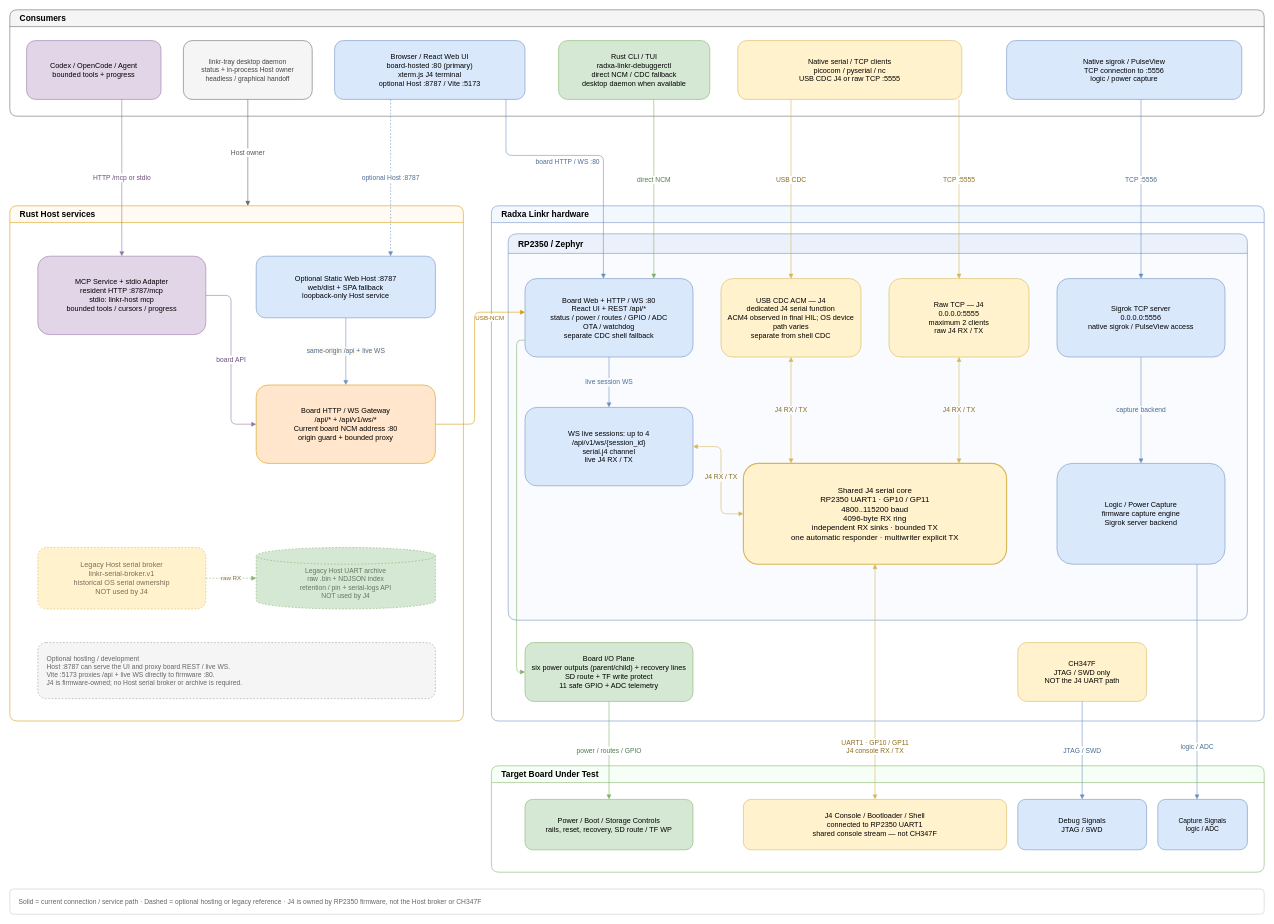
Above: docs/assets/architecture/current-system-architecture.drawio in xzl01/agent-debugboard (draw.io), before the change. Source tidied: cells renumbered, new cells numbered last; positions are measured from the earlier drawing's top-left corner, leaving out a move shared by most shapes. Both pictures are drawn from the tidied source at 56%, with x=0, y=0 at pixel (10, 10).
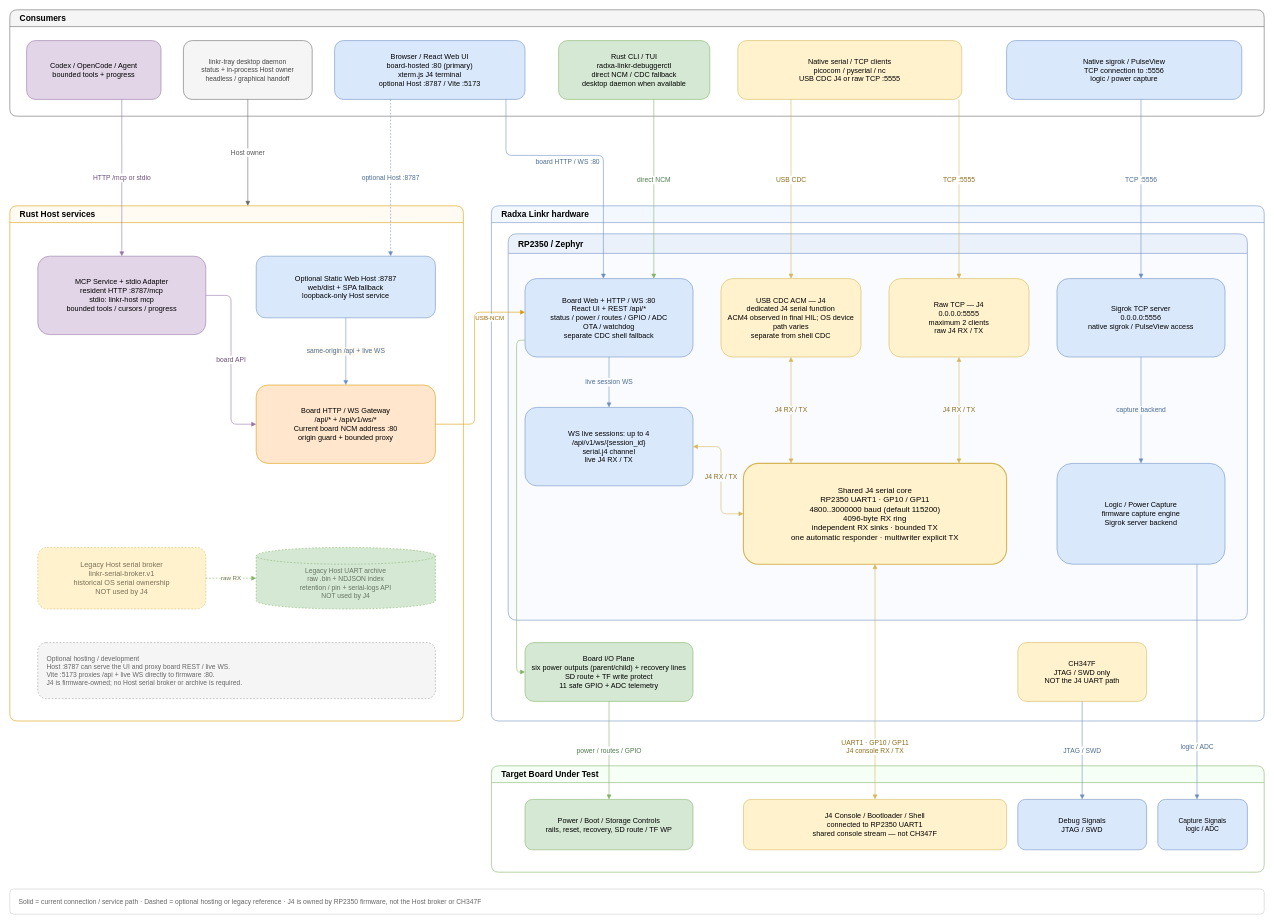
The same page after the edit.

The change refers to these unchanged cells:
```xml
<mxCell id="17" value="RP2350 / Zephyr" style="swimlane;startSize=35;rounded=1;whiteSpace=wrap;html=1;fillColor=#eaf1fb;swimlaneFillColor=#f9fbff;strokeColor=#6c8ebf;fontStyle=1;fontSize=15;align=left;spacingLeft=16;" parent="16" vertex="1">
  <mxGeometry x="30" y="50" width="1320" height="690" as="geometry" />
</mxCell>
```

Change to the diagram source:
```diff
@@
-    <mxCell id="23" value="Shared J4 serial core&#10;RP2350 UART1 · GP10 / GP11&#10;4800..115200 baud&#10;4096-byte RX ring&#10;independent RX sinks · bounded TX&#10;one automatic responder · multiwriter explicit TX" style="rounded=1;whiteSpace=wrap;html=1;fillColor=#fff2cc;strokeColor=#d6b656;strokeWidth=2;fontSize=14;" parent="17" vertex="1">
+    <mxCell id="23" value="Shared J4 serial core&#10;RP2350 UART1 · GP10 / GP11&#10;4800..3000000 baud (default 115200)&#10;4096-byte RX ring&#10;independent RX sinks · bounded TX&#10;one automatic responder · multiwriter explicit TX" style="rounded=1;whiteSpace=wrap;html=1;fillColor=#fff2cc;strokeColor=#d6b656;strokeWidth=2;fontSize=14;" parent="17" vertex="1">
       <mxGeometry x="420" y="410" width="470" height="180" as="geometry" />
     </mxCell>
```
